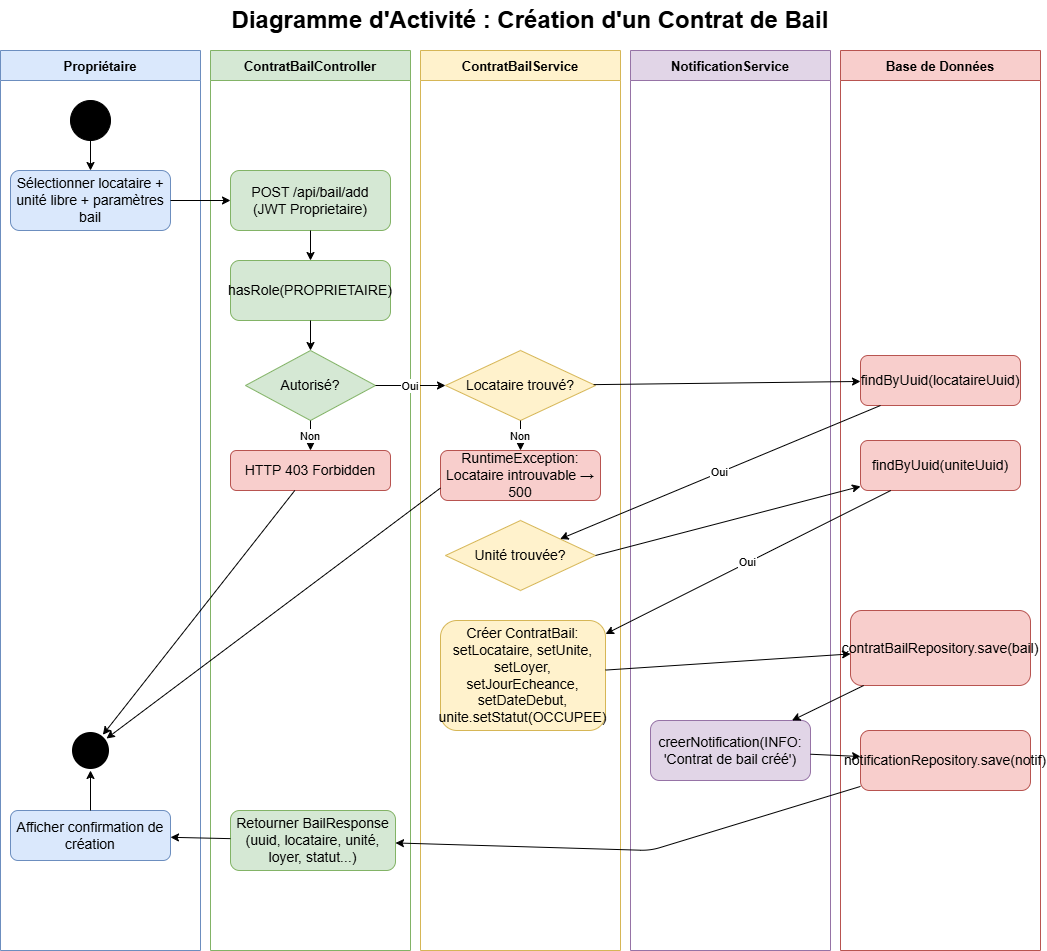
xavierGIT04/Soutenance keeps this draw.io diagram as DIAGRAMME/activité/diagrame-Activité - Création Contrat de Bail.drawio.png. Above is the earlier version. Source tidied: cells renumbered, new cells last; positions are measured from the earlier drawing's top-left corner, leaving out a move shared by most shapes.
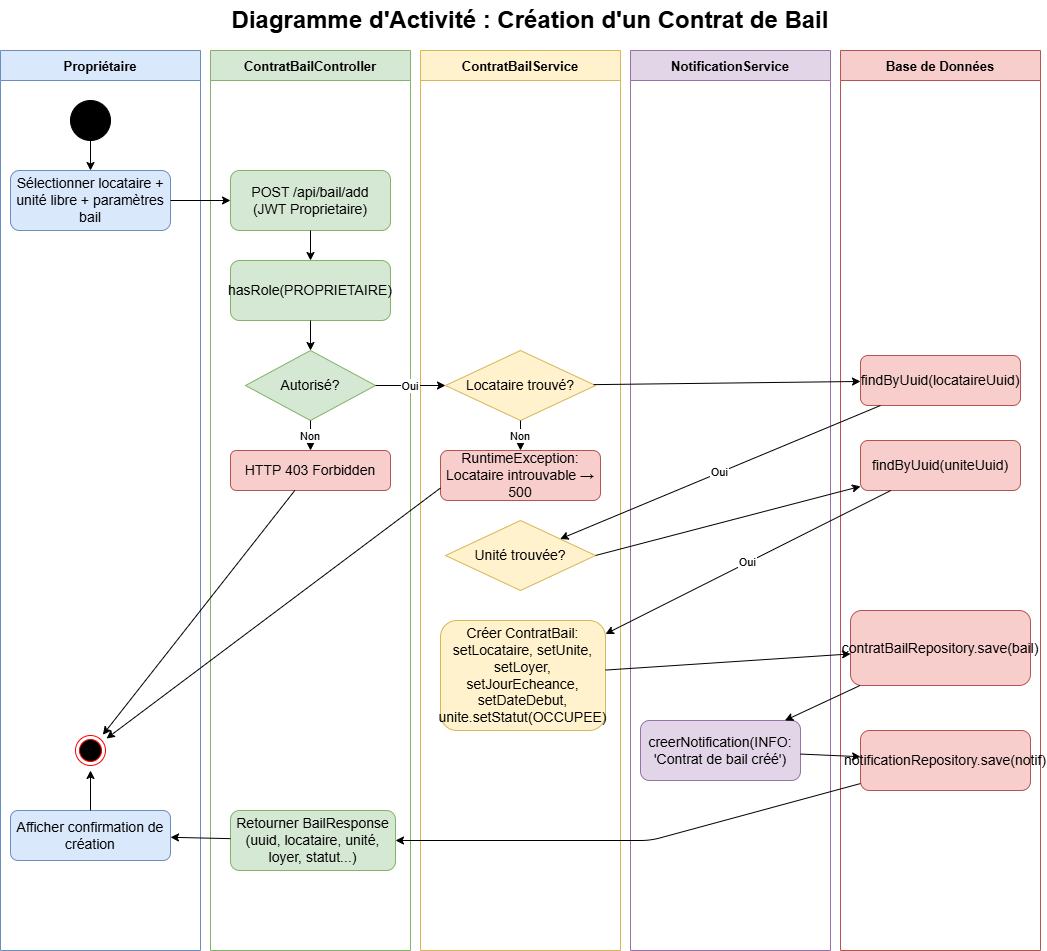
The same file after the commit.

What changed in the source:
```diff
@@ -8,9 +8,9 @@
     <mxCell id="3" value="Propriétaire" style="swimlane;startSize=30;fillColor=#dae8fc;strokeColor=#6c8ebf;fontSize=13;fontStyle=1;" parent="1" vertex="1">
       <mxGeometry y="50" width="200" height="900" as="geometry" />
     </mxCell>
-    <mxCell id="4" style="ellipse;whiteSpace=wrap;html=1;fillColor=#000000;strokeColor=#ffffff;strokeWidth=3;" parent="3" vertex="1">
-      <mxGeometry x="70" y="680" width="40" height="40" as="geometry" />
-    </mxCell>
+    <mxCell id="45" style="ellipse;html=1;shape=endState;fillColor=#000000;strokeColor=#ff0000;" parent="3" vertex="1">
+      <mxGeometry x="75" y="685" width="30" height="30" as="geometry" />
+    </mxCell>
     <mxCell id="5" value="ContratBailController" style="swimlane;startSize=30;fillColor=#d5e8d4;strokeColor=#82b366;fontSize=13;fontStyle=1;" parent="1" vertex="1">
       <mxGeometry x="210" y="50" width="200" height="900" as="geometry" />
     </mxCell>
@@ -20,6 +20,9 @@
     <mxCell id="7" value="NotificationService" style="swimlane;startSize=30;fillColor=#e1d5e7;strokeColor=#9673a6;fontSize=13;fontStyle=1;" parent="1" vertex="1">
       <mxGeometry x="630" y="50" width="200" height="900" as="geometry" />
     </mxCell>
+    <mxCell id="22" value="&lt;font style=&quot;font-size: 14px;&quot;&gt;creerNotification(INFO:&lt;br&gt;'Contrat de bail créé')&lt;/font&gt;" style="rounded=1;whiteSpace=wrap;html=1;fillColor=#e1d5e7;strokeColor=#9673a6;" parent="7" vertex="1">
+      <mxGeometry x="10" y="670" width="160" height="60" as="geometry" />
+    </mxCell>
     <mxCell id="8" value="Base de Données" style="swimlane;startSize=30;fillColor=#f8cecc;strokeColor=#b85450;fontSize=13;fontStyle=1;" parent="1" vertex="1">
       <mxGeometry x="840" y="50" width="200" height="900" as="geometry" />
     </mxCell>
@@ -62,9 +65,6 @@
     <mxCell id="21" value="&lt;font style=&quot;font-size: 14px;&quot;&gt;contratBailRepository.save(bail)&lt;/font&gt;" style="rounded=1;whiteSpace=wrap;html=1;fillColor=#f8cecc;strokeColor=#b85450;" parent="1" vertex="1">
       <mxGeometry x="850" y="610" width="180" height="75" as="geometry" />
     </mxCell>
-    <mxCell id="22" value="&lt;font style=&quot;font-size: 14px;&quot;&gt;creerNotification(INFO:&lt;br&gt;'Contrat de bail créé')&lt;/font&gt;" style="rounded=1;whiteSpace=wrap;html=1;fillColor=#e1d5e7;strokeColor=#9673a6;" parent="1" vertex="1">
-      <mxGeometry x="650" y="720" width="160" height="60" as="geometry" />
-    </mxCell>
     <mxCell id="23" value="&lt;font style=&quot;font-size: 14px;&quot;&gt;notificationRepository.save(notif)&lt;/font&gt;" style="rounded=1;whiteSpace=wrap;html=1;fillColor=#f8cecc;strokeColor=#b85450;" parent="1" vertex="1">
       <mxGeometry x="860" y="730" width="170" height="60" as="geometry" />
     </mxCell>
@@ -119,21 +119,27 @@
     <mxCell id="40" parent="1" edge="1" source="23" target="24">
       <mxGeometry relative="1" as="geometry">
         <Array as="points">
-          <mxPoint x="650" y="850" />
+          <mxPoint x="650" y="840" />
         </Array>
       </mxGeometry>
     </mxCell>
     <mxCell id="41" parent="1" edge="1" source="24" target="25">
       <mxGeometry relative="1" as="geometry" />
     </mxCell>
-    <mxCell id="42" parent="1" edge="1" source="25" target="4">
-      <mxGeometry relative="1" as="geometry" />
+    <mxCell id="42" parent="1" edge="1" source="25">
+      <mxGeometry relative="1" as="geometry">
+        <mxPoint x="90" y="770" as="targetPoint" />
+      </mxGeometry>
     </mxCell>
-    <mxCell id="43" parent="1" edge="1" source="14" target="4">
-      <mxGeometry relative="1" as="geometry" />
+    <mxCell id="43" parent="1" edge="1" source="14">
+      <mxGeometry relative="1" as="geometry">
+        <mxPoint x="102.4" y="734.3" as="targetPoint" />
+      </mxGeometry>
     </mxCell>
-    <mxCell id="44" style="exitX=0;exitY=0.75;exitDx=0;exitDy=0;" parent="1" edge="1" source="17" target="4">
-      <mxGeometry relative="1" as="geometry" />
+    <mxCell id="44" style="exitX=0;exitY=0.75;exitDx=0;exitDy=0;" parent="1" edge="1" source="17">
+      <mxGeometry relative="1" as="geometry">
+        <mxPoint x="106" y="738" as="targetPoint" />
+      </mxGeometry>
     </mxCell>
   </root>
 </mxGraphModel>
```
